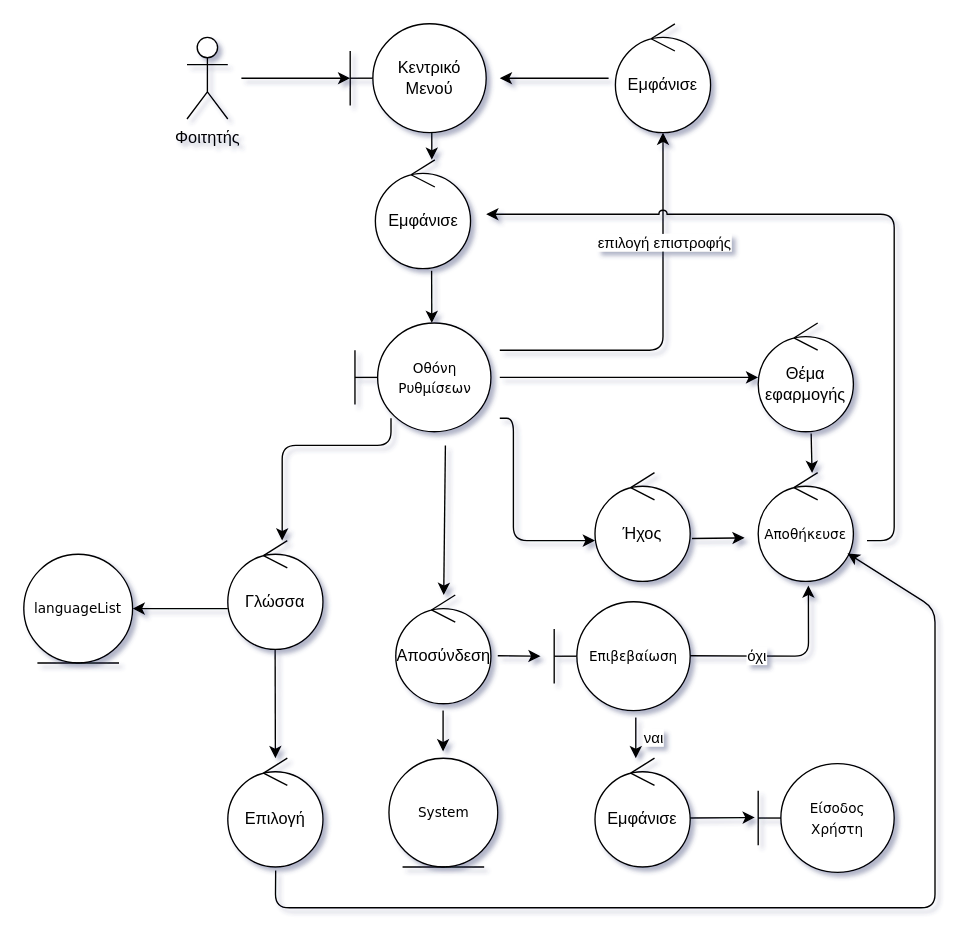
This is page "Settings" (4 of 10) of docs/Contributions/Vaggelis/Robustness-diagrams-v0.1.drawio from Ibournakas/PaPapp, a draw.io file, before an edit. Source tidied: cells renumbered, new cells numbered last; positions are measured from the earlier drawing's top-left corner, leaving out a move shared by most shapes. Both pictures are drawn from the tidied source at 136%, with x=0, y=0 at pixel (23, 23).
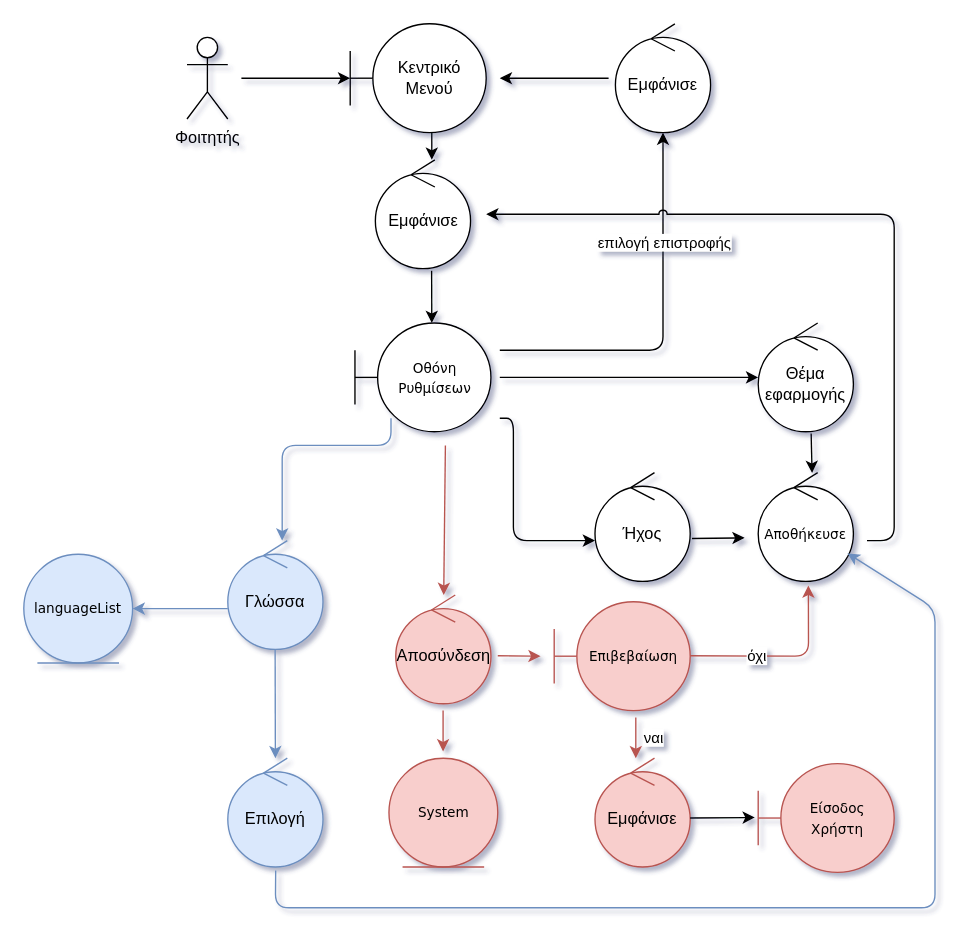
The same page after the edit.

The change refers to these unchanged cells:
```xml
<mxCell id="13" value="&lt;font style=&quot;font-size: 10px;&quot; face=&quot;Verdana&quot;&gt;Οθόνη Ρυθμίσεων&lt;/font&gt;" style="shape=umlBoundary;whiteSpace=wrap;html=1;rounded=1;" parent="1" vertex="1">
  <mxGeometry x="243.5" y="220" width="100" height="80" as="geometry" />
</mxCell>
<mxCell id="19" value="&lt;font face=&quot;Verdana&quot;&gt;&lt;span style=&quot;font-size: 10px;&quot;&gt;Αποθήκευσε&lt;br&gt;&lt;/span&gt;&lt;/font&gt;" style="ellipse;shape=umlControl;whiteSpace=wrap;html=1;rounded=1;" parent="1" vertex="1">
  <mxGeometry x="540" y="330" width="70" height="80" as="geometry" />
</mxCell>
```

Change to the diagram source:
```diff
@@
-    <mxCell id="21" style="endArrow=classic;html=1;rounded=1;" parent="1" edge="1" target="22">
+    <mxCell id="21" style="endArrow=classic;html=1;rounded=1;fillColor=#f8cecc;strokeColor=#b85450;" parent="1" edge="1" target="22">
       <mxGeometry relative="1" as="geometry">
         <mxPoint x="310" y="310" as="sourcePoint" />
       </mxGeometry>
     </mxCell>
-    <mxCell id="22" value="Αποσύνδεση" style="ellipse;shape=umlControl;whiteSpace=wrap;html=1;rounded=1;" parent="1" vertex="1">
+    <mxCell id="22" value="Αποσύνδεση" style="ellipse;shape=umlControl;whiteSpace=wrap;html=1;rounded=1;fillColor=#f8cecc;strokeColor=#b85450;" parent="1" vertex="1">
       <mxGeometry x="273.5" y="420" width="70" height="80" as="geometry" />
     </mxCell>
-    <mxCell id="23" value="&lt;font face=&quot;Verdana&quot;&gt;&lt;span style=&quot;font-size: 10px;&quot;&gt;System&lt;/span&gt;&lt;/font&gt;" style="ellipse;shape=umlEntity;whiteSpace=wrap;html=1;rounded=1;" parent="1" vertex="1">
+    <mxCell id="23" value="&lt;font face=&quot;Verdana&quot;&gt;&lt;span style=&quot;font-size: 10px;&quot;&gt;System&lt;/span&gt;&lt;/font&gt;" style="ellipse;shape=umlEntity;whiteSpace=wrap;html=1;rounded=1;fillColor=#f8cecc;strokeColor=#b85450;" parent="1" vertex="1">
       <mxGeometry x="268.5" y="540" width="80" height="80" as="geometry" />
     </mxCell>
-    <mxCell id="24" value="&lt;font face=&quot;Verdana&quot;&gt;&lt;span style=&quot;font-size: 10px;&quot;&gt;Επιβεβαίωση&lt;/span&gt;&lt;/font&gt;" style="shape=umlBoundary;whiteSpace=wrap;html=1;rounded=1;" parent="1" vertex="1">
+    <mxCell id="24" value="&lt;font face=&quot;Verdana&quot;&gt;&lt;span style=&quot;font-size: 10px;&quot;&gt;Επιβεβαίωση&lt;/span&gt;&lt;/font&gt;" style="shape=umlBoundary;whiteSpace=wrap;html=1;rounded=1;fillColor=#f8cecc;strokeColor=#b85450;" parent="1" vertex="1">
       <mxGeometry x="390" y="425" width="100" height="80" as="geometry" />
     </mxCell>
-    <mxCell id="25" style="endArrow=classic;html=1;rounded=1;" parent="1" edge="1">
+    <mxCell id="25" style="endArrow=classic;html=1;rounded=1;fillColor=#f8cecc;strokeColor=#b85450;" parent="1" edge="1">
       <mxGeometry relative="1" as="geometry">
         <mxPoint x="348.5" y="464.7" as="sourcePoint" />
         <mxPoint x="380" y="465" as="targetPoint" />
       </mxGeometry>
     </mxCell>
-    <mxCell id="26" style="endArrow=classic;html=1;rounded=1;jumpStyle=arc;entryX=0.527;entryY=1.038;entryDx=0;entryDy=0;entryPerimeter=0;" parent="1" edge="1" target="19">
+    <mxCell id="26" style="endArrow=classic;html=1;rounded=1;jumpStyle=arc;entryX=0.527;entryY=1.038;entryDx=0;entryDy=0;entryPerimeter=0;fillColor=#f8cecc;strokeColor=#b85450;" parent="1" edge="1" target="19">
       <mxGeometry relative="1" as="geometry">
         <mxPoint x="490" y="464.7" as="sourcePoint" />
         <Array as="points">
           <mxPoint x="577" y="465" />
         </Array>
       </mxGeometry>
     </mxCell>
@@
-    <mxCell id="28" value="Εμφάνισε" style="ellipse;shape=umlControl;whiteSpace=wrap;html=1;rounded=1;" parent="1" vertex="1">
+    <mxCell id="28" value="Εμφάνισε" style="ellipse;shape=umlControl;whiteSpace=wrap;html=1;rounded=1;fillColor=#f8cecc;strokeColor=#b85450;" parent="1" vertex="1">
       <mxGeometry x="420" y="540" width="70" height="80" as="geometry" />
     </mxCell>
-    <mxCell id="29" style="endArrow=classic;html=1;rounded=1;" parent="1" edge="1">
+    <mxCell id="29" style="endArrow=classic;html=1;rounded=1;fillColor=#f8cecc;strokeColor=#b85450;" parent="1" edge="1">
       <mxGeometry relative="1" as="geometry">
         <mxPoint x="450" y="510" as="sourcePoint" />
         <mxPoint x="450" y="540" as="targetPoint" />
       </mxGeometry>
     </mxCell>
@@
-    <mxCell id="31" value="&lt;font face=&quot;Verdana&quot;&gt;&lt;span style=&quot;font-size: 10px;&quot;&gt;Είσοδος Χρήστη&lt;/span&gt;&lt;/font&gt;" style="shape=umlBoundary;whiteSpace=wrap;html=1;rounded=1;" parent="1" vertex="1">
+    <mxCell id="31" value="&lt;font face=&quot;Verdana&quot;&gt;&lt;span style=&quot;font-size: 10px;&quot;&gt;Είσοδος Χρήστη&lt;/span&gt;&lt;/font&gt;" style="shape=umlBoundary;whiteSpace=wrap;html=1;rounded=1;fillColor=#f8cecc;strokeColor=#b85450;" parent="1" vertex="1">
       <mxGeometry x="540" y="544" width="100" height="80" as="geometry" />
     </mxCell>
@@
-    <mxCell id="33" style="endArrow=classic;html=1;rounded=1;" parent="1" edge="1">
+    <mxCell id="33" style="endArrow=classic;html=1;rounded=1;fillColor=#f8cecc;strokeColor=#b85450;" parent="1" edge="1">
       <mxGeometry relative="1" as="geometry">
         <mxPoint x="308.3" y="505" as="sourcePoint" />
         <mxPoint x="308.3" y="535" as="targetPoint" />
       </mxGeometry>
     </mxCell>
-    <mxCell id="34" style="endArrow=classic;html=1;rounded=1;exitX=0.265;exitY=0.875;exitDx=0;exitDy=0;exitPerimeter=0;" parent="1" edge="1" source="13">
+    <mxCell id="34" style="endArrow=classic;html=1;rounded=1;exitX=0.265;exitY=0.875;exitDx=0;exitDy=0;exitPerimeter=0;fillColor=#dae8fc;strokeColor=#6c8ebf;" parent="1" edge="1" source="13">
       <mxGeometry relative="1" as="geometry">
         <mxPoint x="190" y="380" as="targetPoint" />
         <Array as="points">
           <mxPoint x="270" y="310" />
           <mxPoint x="190" y="310" />
         </Array>
       </mxGeometry>
     </mxCell>
-    <mxCell id="35" value="Γλώσσα" style="ellipse;shape=umlControl;whiteSpace=wrap;html=1;rounded=1;" parent="1" vertex="1">
+    <mxCell id="35" value="Γλώσσα" style="ellipse;shape=umlControl;whiteSpace=wrap;html=1;rounded=1;fillColor=#dae8fc;strokeColor=#6c8ebf;" parent="1" vertex="1">
       <mxGeometry x="150" y="380" width="70" height="80" as="geometry" />
     </mxCell>
-    <mxCell id="36" value="&lt;font face=&quot;Verdana&quot;&gt;&lt;span style=&quot;font-size: 10px;&quot;&gt;languageList&lt;/span&gt;&lt;/font&gt;" style="ellipse;shape=umlEntity;whiteSpace=wrap;html=1;rounded=1;" parent="1" vertex="1">
+    <mxCell id="36" value="&lt;font face=&quot;Verdana&quot;&gt;&lt;span style=&quot;font-size: 10px;&quot;&gt;languageList&lt;/span&gt;&lt;/font&gt;" style="ellipse;shape=umlEntity;whiteSpace=wrap;html=1;rounded=1;fillColor=#dae8fc;strokeColor=#6c8ebf;" parent="1" vertex="1">
       <mxGeometry y="390" width="80" height="80" as="geometry" />
     </mxCell>
-    <mxCell id="37" style="endArrow=classic;html=1;rounded=1;exitX=0;exitY=0.625;exitDx=0;exitDy=0;exitPerimeter=0;entryX=1;entryY=0.5;entryDx=0;entryDy=0;" parent="1" edge="1" source="35" target="36">
+    <mxCell id="37" style="endArrow=classic;html=1;rounded=1;exitX=0;exitY=0.625;exitDx=0;exitDy=0;exitPerimeter=0;entryX=1;entryY=0.5;entryDx=0;entryDy=0;fillColor=#dae8fc;strokeColor=#6c8ebf;" parent="1" edge="1" source="35" target="36">
       <mxGeometry relative="1" as="geometry" />
     </mxCell>
-    <mxCell id="38" value="Επιλογή" style="ellipse;shape=umlControl;whiteSpace=wrap;html=1;rounded=1;" parent="1" vertex="1">
+    <mxCell id="38" value="Επιλογή" style="ellipse;shape=umlControl;whiteSpace=wrap;html=1;rounded=1;fillColor=#dae8fc;strokeColor=#6c8ebf;" parent="1" vertex="1">
       <mxGeometry x="150" y="540" width="70" height="80" as="geometry" />
     </mxCell>
-    <mxCell id="39" style="endArrow=classic;html=1;rounded=1;" parent="1" edge="1" target="38">
+    <mxCell id="39" style="endArrow=classic;html=1;rounded=1;fillColor=#dae8fc;strokeColor=#6c8ebf;" parent="1" edge="1" target="38">
       <mxGeometry relative="1" as="geometry">
         <mxPoint x="184.8" y="460" as="sourcePoint" />
       </mxGeometry>
     </mxCell>
-    <mxCell id="40" style="endArrow=classic;html=1;rounded=1;exitX=0.503;exitY=1.033;exitDx=0;exitDy=0;exitPerimeter=0;" parent="1" edge="1" source="38" target="19">
+    <mxCell id="40" style="endArrow=classic;html=1;rounded=1;exitX=0.503;exitY=1.033;exitDx=0;exitDy=0;exitPerimeter=0;fillColor=#dae8fc;strokeColor=#6c8ebf;" parent="1" edge="1" source="38" target="19">
       <mxGeometry relative="1" as="geometry">
         <Array as="points">
           <mxPoint x="185" y="650" />
           <mxPoint x="670" y="650" />
           <mxPoint x="670" y="430" />
         </Array>
       </mxGeometry>
     </mxCell>
```
